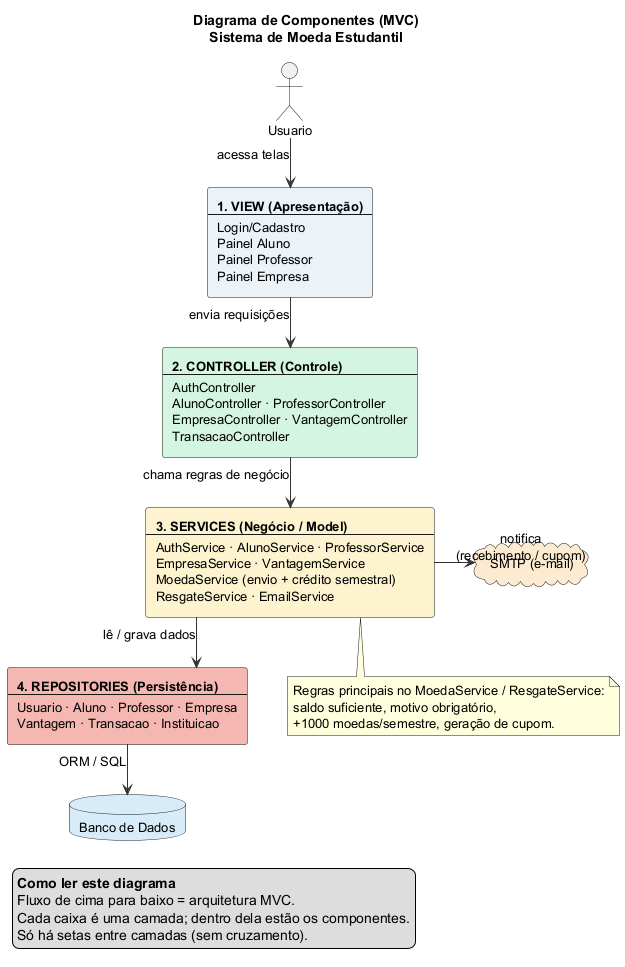
Before: docs/sprint1/images/diagrama-componentes.png, a diagram exported from PlantUML (pedroccarv/moeda-estudantil).
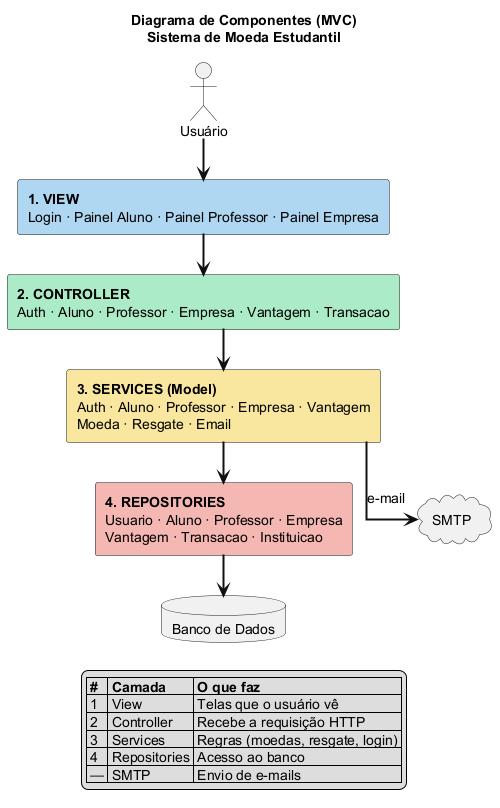
Above is the later version.

Commit message:
docs: simplifica diagrama de componentes em fluxo vertical

Remove setas entre componentes individuais; mantém apenas
dependências entre camadas MVC e SMTP.

Diff of the diagram source:
```diff
@@ -1,51 +1,39 @@
 @startuml diagrama-componentes
 skinparam shadowing false
 skinparam linetype ortho
-skinparam nodesep 40
-skinparam ranksep 50
-skinparam defaultFontSize 13
-skinparam packageStyle rectangle
-skinparam ArrowColor #333333
-skinparam packageBorderColor #333333
-skinparam packageFontStyle bold
-skinparam componentBackgroundColor #FFFFFF
-skinparam componentBorderColor #333333
-skinparam databaseBackgroundColor #D6EAF8
-skinparam cloudBackgroundColor #FDEBD0
+skinparam ranksep 40
+skinparam defaultFontSize 14
+skinparam ArrowColor #111111
+skinparam ArrowThickness 2
 
 title Diagrama de Componentes (MVC)\nSistema de Moeda Estudantil
 
-actor Usuario
+together {
+  actor "Usuário" as U
 
-rectangle "**1. VIEW (Apresentação)**\n----\nLogin/Cadastro\nPainel Aluno\nPainel Professor\nPainel Empresa" as VIEW #EAF2F8
+  rectangle "<b>1. VIEW</b>\nLogin · Painel Aluno · Painel Professor · Painel Empresa" as V #AED6F1
+  rectangle "<b>2. CONTROLLER</b>\nAuth · Aluno · Professor · Empresa · Vantagem · Transacao" as C #ABEBC6
+  rectangle "<b>3. SERVICES (Model)</b>\nAuth · Aluno · Professor · Empresa · Vantagem\nMoeda · Resgate · Email" as S #F9E79F
+  rectangle "<b>4. REPOSITORIES</b>\nUsuario · Aluno · Professor · Empresa\nVantagem · Transacao · Instituicao" as R #F5B7B1
+  database "Banco de Dados" as DB
+}
 
-rectangle "**2. CONTROLLER (Controle)**\n----\nAuthController\nAlunoController · ProfessorController\nEmpresaController · VantagemController\nTransacaoController" as CTRL #D5F5E3
+cloud "SMTP" as M
 
-rectangle "**3. SERVICES (Negócio / Model)**\n----\nAuthService · AlunoService · ProfessorService\nEmpresaService · VantagemService\nMoedaService (envio + crédito semestral)\nResgateService · EmailService" as SVC #FCF3CF
+U -down-> V
+V -down-> C
+C -down-> S
+S -down-> R
+R -down-> DB
+S --> M : e-mail
 
-rectangle "**4. REPOSITORIES (Persistência)**\n----\nUsuario · Aluno · Professor · Empresa\nVantagem · Transacao · Instituicao" as REPO #F5B7B1
-
-database "Banco de Dados" as DB
-cloud "SMTP (e-mail)" as SMTP
-
-Usuario -down-> VIEW : acessa telas
-VIEW -down-> CTRL : envia requisições
-CTRL -down-> SVC : chama regras de negócio
-SVC -down-> REPO : lê / grava dados
-REPO -down-> DB : ORM / SQL
-SVC -right-> SMTP : notifica\n(recebimento / cupom)
-
-legend left
-  **Como ler este diagrama**
-  Fluxo de cima para baixo = arquitetura MVC.
-  Cada caixa é uma camada; dentro dela estão os componentes.
-  Só há setas entre camadas (sem cruzamento).
+legend bottom
+  |= # |= Camada |= O que faz |
+  | 1 | View | Telas que o usuário vê |
+  | 2 | Controller | Recebe a requisição HTTP |
+  | 3 | Services | Regras (moedas, resgate, login) |
+  | 4 | Repositories | Acesso ao banco |
+  | — | SMTP | Envio de e-mails |
 endlegend
 
-note bottom of SVC
-  Regras principais no MoedaService / ResgateService:
-  saldo suficiente, motivo obrigatório,
-  +1000 moedas/semestre, geração de cupom.
-end note
-
 @enduml
```
